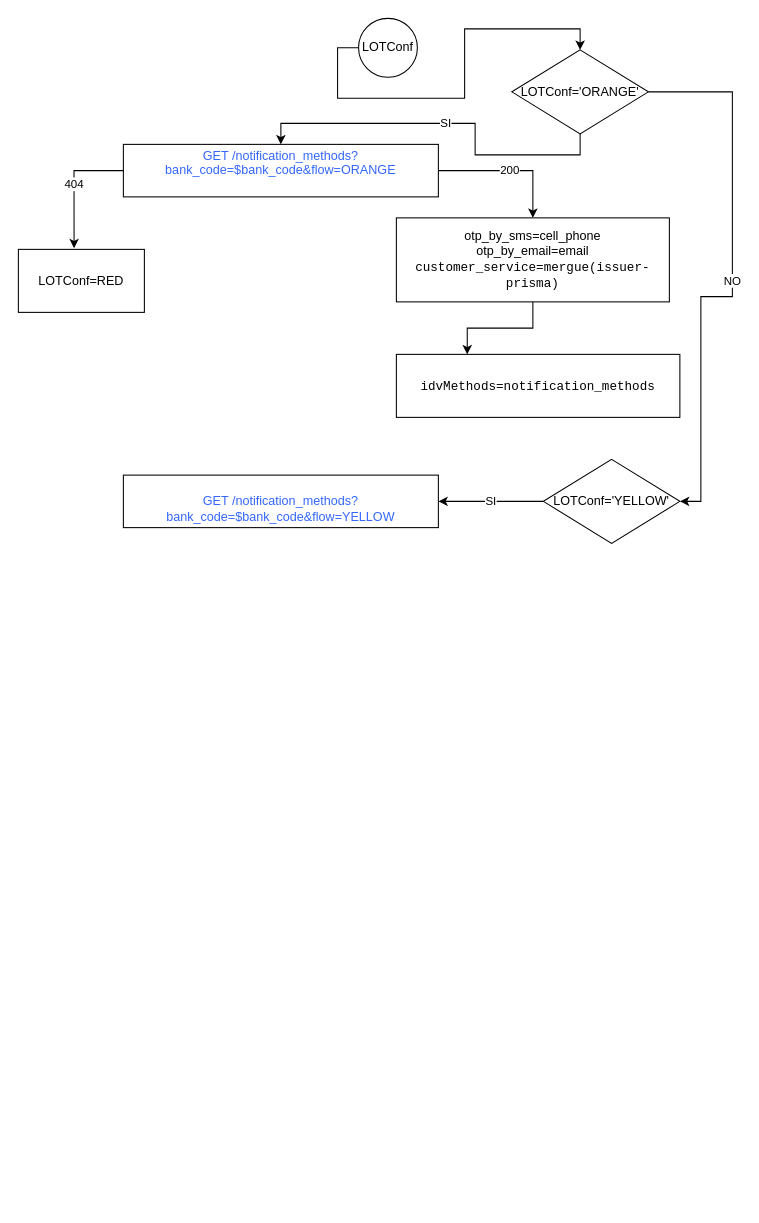
This is Diagramas/MethsAut_TIG.drawio from lejr77/RepositorioPrueba, a draw.io file, before an edit. Source tidied: cells renumbered, new cells numbered last; positions are measured from the earlier drawing's top-left corner, leaving out a move shared by most shapes. Both pictures are drawn from the tidied source at 105%, with x=0, y=0 at pixel (18, 18).
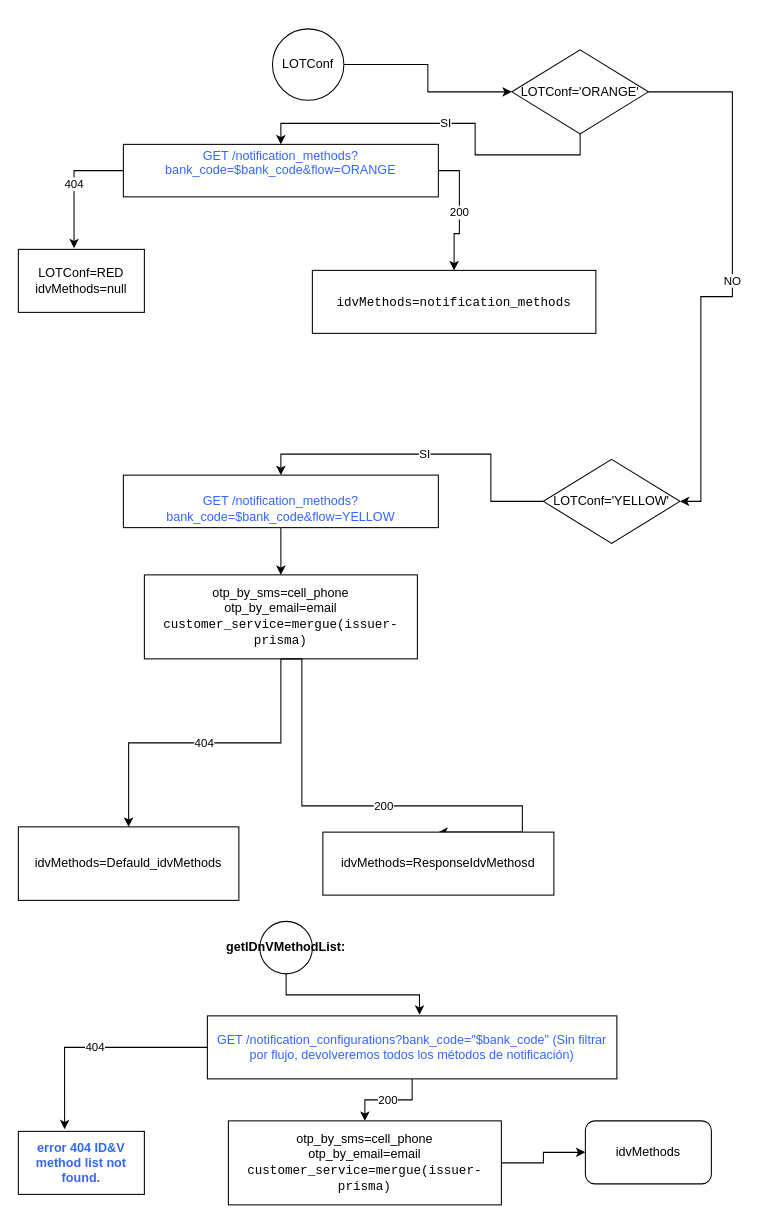
Above is the later version.

Unchanged cells that the change refers to:
```xml
<mxCell id="4" value="&#10;&lt;span style=&quot;color: rgb(51 , 102 , 255)&quot;&gt;GET /notification_methods?bank_code=$bank_code&amp;amp;flow=ORANGE&lt;/span&gt;&#10;&#10;" style="rounded=0;whiteSpace=wrap;html=1;" parent="1" vertex="1">
  <mxGeometry x="100" y="120" width="300" height="50" as="geometry" />
</mxCell>
<mxCell id="13" value="LOTConf='ORANGE'" style="rhombus;whiteSpace=wrap;html=1;" parent="1" vertex="1">
  <mxGeometry x="470" y="30" width="130" height="80" as="geometry" />
</mxCell>
<mxCell id="14" value="&lt;br&gt;&lt;span style=&quot;color: rgb(51 , 102 , 255)&quot;&gt;GET /notification_methods?bank_code=$bank_code&amp;amp;flow=YELLOW&lt;/span&gt;&lt;br&gt;" style="rounded=0;whiteSpace=wrap;html=1;" parent="1" vertex="1">
  <mxGeometry x="100" y="435" width="300" height="50" as="geometry" />
</mxCell>
<mxCell id="16" value="LOTConf='YELLOW'" style="rhombus;whiteSpace=wrap;html=1;" parent="1" vertex="1">
  <mxGeometry x="500" y="420" width="130" height="80" as="geometry" />
</mxCell>
```

Diff of the diagram source:
```diff
@@
-    <mxCell id="3" value="200" style="edgeStyle=orthogonalEdgeStyle;rounded=0;jettySize=auto;html=1;entryX=0.5;entryY=0;entryDx=0;entryDy=0;exitX=1;exitY=0.5;exitDx=0;exitDy=0;" parent="1" edge="1" source="4" target="8">
+    <mxCell id="3" value="200" style="edgeStyle=orthogonalEdgeStyle;rounded=0;jettySize=auto;html=1;exitX=1;exitY=0.5;exitDx=0;exitDy=0;entryX=0.5;entryY=0;entryDx=0;entryDy=0;" parent="1" edge="1" source="4" target="6">
       <mxGeometry relative="1" as="geometry" />
     </mxCell>
@@
-    <mxCell id="5" value="LOTConf=RED" style="rounded=0;whiteSpace=wrap;html=1;" parent="1" vertex="1">
+    <mxCell id="5" value="&lt;div&gt;LOTConf=RED&lt;span style=&quot;background-color: rgb(255 , 255 , 255)&quot;&gt;&lt;br&gt;&lt;/span&gt;&lt;/div&gt;&lt;div&gt;&lt;span style=&quot;background-color: rgb(255 , 255 , 255)&quot;&gt;idvMethods=null&lt;/span&gt;&lt;/div&gt;" style="rounded=0;whiteSpace=wrap;html=1;" parent="1" vertex="1">
       <mxGeometry y="220" width="120" height="60" as="geometry" />
     </mxCell>
     <mxCell id="6" value="&lt;div style=&quot;font-family: &amp;#34;consolas&amp;#34; , &amp;#34;courier new&amp;#34; , monospace ; font-weight: normal ; font-size: 12px ; line-height: 18px&quot;&gt;&lt;div&gt;&lt;pre style=&quot;font-family: &amp;#34;jetbrains mono&amp;#34; , monospace&quot;&gt;&lt;span style=&quot;background-color: rgb(255 , 255 , 255)&quot;&gt;idvMethods=&lt;/span&gt;&lt;span style=&quot;background-color: rgb(255 , 255 , 255)&quot;&gt;notification_methods&lt;/span&gt;&lt;/pre&gt;&lt;/div&gt;&lt;/div&gt;" style="rounded=0;whiteSpace=wrap;html=1;" parent="1" vertex="1">
-      <mxGeometry x="360" y="320" width="270" height="60" as="geometry" />
+      <mxGeometry x="280" y="240" width="270" height="60" as="geometry" />
     </mxCell>
-    <mxCell id="7" style="edgeStyle=orthogonalEdgeStyle;rounded=0;jettySize=auto;html=1;entryX=0.25;entryY=0;entryDx=0;entryDy=0;" parent="1" edge="1" source="8" target="6">
-      <mxGeometry relative="1" as="geometry" />
-    </mxCell>
+    <mxCell id="17" value="404" style="edgeStyle=orthogonalEdgeStyle;rounded=0;jettySize=auto;html=1;" parent="1" edge="1" source="8" target="20">
+      <mxGeometry relative="1" as="geometry" />
+    </mxCell>
     <mxCell id="8" value="&lt;div&gt;otp_by_sms=cell_phone&lt;/div&gt;&lt;div&gt;otp_by_email=email&lt;/div&gt;&lt;code class=&quot;java plain&quot;&gt;customer_service=mergue(issuer-prisma)&lt;/code&gt;" style="rounded=0;whiteSpace=wrap;html=1;" parent="1" vertex="1">
-      <mxGeometry x="360" y="190" width="260" height="80" as="geometry" />
+      <mxGeometry x="120" y="530" width="260" height="80" as="geometry" />
     </mxCell>
-    <mxCell id="9" style="edgeStyle=orthogonalEdgeStyle;rounded=0;jettySize=auto;html=1;exitX=0;exitY=0.5;exitDx=0;exitDy=0;entryX=0.5;entryY=0;entryDx=0;entryDy=0;" parent="1" edge="1" source="10" target="13">
+    <mxCell id="9" style="edgeStyle=orthogonalEdgeStyle;rounded=0;jettySize=auto;html=1;entryX=0;entryY=0.5;entryDx=0;entryDy=0;" parent="1" edge="1" source="10" target="13">
       <mxGeometry relative="1" as="geometry" />
     </mxCell>
     <mxCell id="10" value="LOTConf" style="ellipse;whiteSpace=wrap;html=1;" parent="1" vertex="1">
-      <mxGeometry x="324" width="56" height="56" as="geometry" />
+      <mxGeometry x="242" y="10" width="68" height="68" as="geometry" />
     </mxCell>
@@
+    <mxCell id="18" value="200" style="edgeStyle=orthogonalEdgeStyle;rounded=0;jettySize=auto;html=1;exitX=0.5;exitY=1;exitDx=0;exitDy=0;entryX=0.5;entryY=0;entryDx=0;entryDy=0;" parent="1" edge="1" source="8" target="21">
+      <mxGeometry relative="1" as="geometry">
+        <Array as="points">
+          <mxPoint x="270" y="750" />
+          <mxPoint x="480" y="750" />
+          <mxPoint x="480" y="775" />
+        </Array>
+      </mxGeometry>
+    </mxCell>
+    <mxCell id="19" style="edgeStyle=orthogonalEdgeStyle;rounded=0;jettySize=auto;html=1;" parent="1" edge="1" source="14" target="8">
+      <mxGeometry relative="1" as="geometry" />
+    </mxCell>
@@
-    <mxCell id="15" value="SI" style="edgeStyle=orthogonalEdgeStyle;rounded=0;jettySize=auto;html=1;entryX=1;entryY=0.5;entryDx=0;entryDy=0;" parent="1" edge="1" source="16" target="14">
+    <mxCell id="15" value="SI" style="edgeStyle=orthogonalEdgeStyle;rounded=0;jettySize=auto;html=1;entryX=0.5;entryY=0;entryDx=0;entryDy=0;" parent="1" edge="1" source="16" target="14">
       <mxGeometry relative="1" as="geometry" />
     </mxCell>
@@
+    <mxCell id="20" value="&lt;div&gt;&lt;span style=&quot;background-color: rgb(255 , 255 , 255)&quot;&gt;idvMethods=Defauld_&lt;/span&gt;&lt;span style=&quot;background-color: rgb(255 , 255 , 255)&quot;&gt;idvMethods&lt;/span&gt;&lt;/div&gt;" style="rounded=0;whiteSpace=wrap;html=1;" parent="1" vertex="1">
+      <mxGeometry y="770" width="210" height="70" as="geometry" />
+    </mxCell>
+    <mxCell id="21" value="&lt;div&gt;&lt;span style=&quot;background-color: rgb(255 , 255 , 255)&quot;&gt;idvMethods=ResponseIdvMethosd&lt;/span&gt;&lt;/div&gt;" style="rounded=0;whiteSpace=wrap;html=1;" parent="1" vertex="1">
+      <mxGeometry x="290" y="775" width="220" height="60" as="geometry" />
+    </mxCell>
+    <mxCell id="22" style="edgeStyle=orthogonalEdgeStyle;rounded=0;jettySize=auto;html=1;entryX=0.518;entryY=-0.017;entryDx=0;entryDy=0;entryPerimeter=0;" parent="1" edge="1" source="23" target="27">
+      <mxGeometry relative="1" as="geometry" />
+    </mxCell>
+    <mxCell id="23" value="&lt;strong style=&quot;text-align: left&quot;&gt;getIDnVMethodList:&lt;/strong&gt;" style="ellipse;whiteSpace=wrap;html=1;" parent="1" vertex="1">
+      <mxGeometry x="230" y="860" width="50" height="50" as="geometry" />
+    </mxCell>
+    <mxCell id="24" value="&lt;span style=&quot;color: rgb(51 , 102 , 255)&quot;&gt;&lt;strong&gt;error 404 ID&amp;amp;V method list not found.&lt;/strong&gt;&lt;/span&gt;" style="whiteSpace=wrap;html=1;" parent="1" vertex="1">
+      <mxGeometry y="1060" width="120" height="60" as="geometry" />
+    </mxCell>
+    <mxCell id="25" value="404" style="edgeStyle=orthogonalEdgeStyle;rounded=0;jettySize=auto;html=1;entryX=0.367;entryY=-0.033;entryDx=0;entryDy=0;entryPerimeter=0;" parent="1" edge="1" source="27" target="24">
+      <mxGeometry relative="1" as="geometry" />
+    </mxCell>
+    <mxCell id="26" value="200" style="edgeStyle=orthogonalEdgeStyle;rounded=0;jettySize=auto;html=1;entryX=0.5;entryY=0;entryDx=0;entryDy=0;" parent="1" edge="1" source="27" target="29">
+      <mxGeometry relative="1" as="geometry">
+        <Array as="points">
+          <mxPoint x="375" y="1030" />
+          <mxPoint x="330" y="1030" />
+        </Array>
+      </mxGeometry>
+    </mxCell>
+    <mxCell id="27" value="&lt;span style=&quot;color: rgb(51 , 102 , 255)&quot;&gt;GET /notification_configurations?bank_code=&quot;$bank_code&quot; (Sin filtrar por flujo, devolveremos todos los métodos de notificación)&lt;/span&gt;" style="whiteSpace=wrap;html=1;" parent="1" vertex="1">
+      <mxGeometry x="180" y="950" width="390" height="60" as="geometry" />
+    </mxCell>
+    <mxCell id="28" style="edgeStyle=orthogonalEdgeStyle;rounded=0;jettySize=auto;html=1;" parent="1" edge="1" source="29" target="30">
+      <mxGeometry relative="1" as="geometry" />
+    </mxCell>
+    <mxCell id="29" value="&lt;div&gt;otp_by_sms=cell_phone&lt;/div&gt;&lt;div&gt;otp_by_email=email&lt;/div&gt;&lt;code class=&quot;java plain&quot;&gt;customer_service=mergue(issuer-prisma)&lt;/code&gt;" style="rounded=0;whiteSpace=wrap;html=1;" parent="1" vertex="1">
+      <mxGeometry x="200" y="1050" width="260" height="80" as="geometry" />
+    </mxCell>
+    <mxCell id="30" value="&lt;span style=&quot;background-color: rgb(255 , 255 , 255)&quot;&gt;idvMethods&lt;/span&gt;" style="rounded=1;whiteSpace=wrap;html=1;" parent="1" vertex="1">
+      <mxGeometry x="540" y="1050" width="120" height="60" as="geometry" />
+    </mxCell>
```
